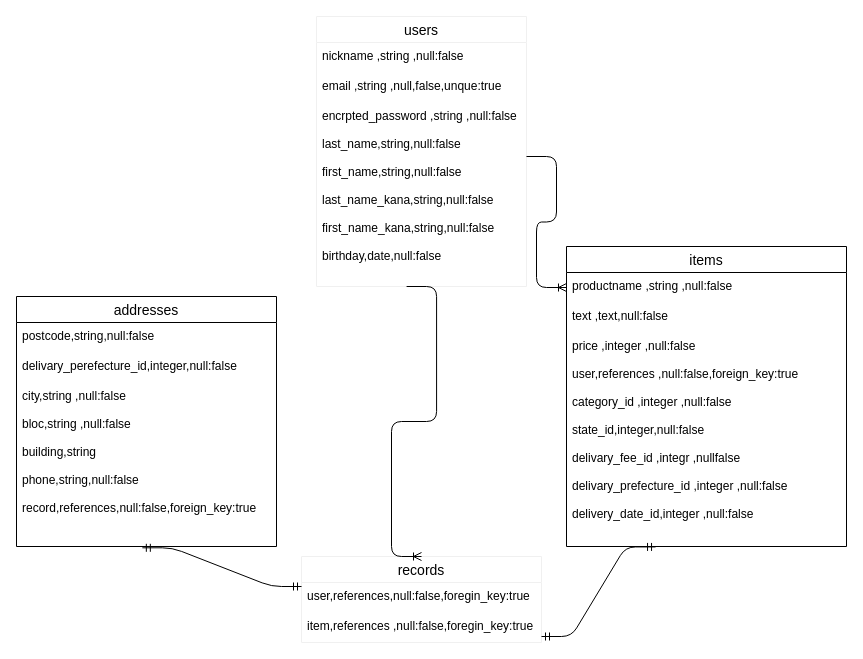
The draw.io diagram app/views/database.dio in takared44/furima-36069, before the edit. Source tidied: cells renumbered, new cells numbered last; positions are measured from the earlier drawing's top-left corner, leaving out a move shared by most shapes. Both pictures are drawn from the tidied source at 100%, with x=0, y=0 at pixel (16, 16).
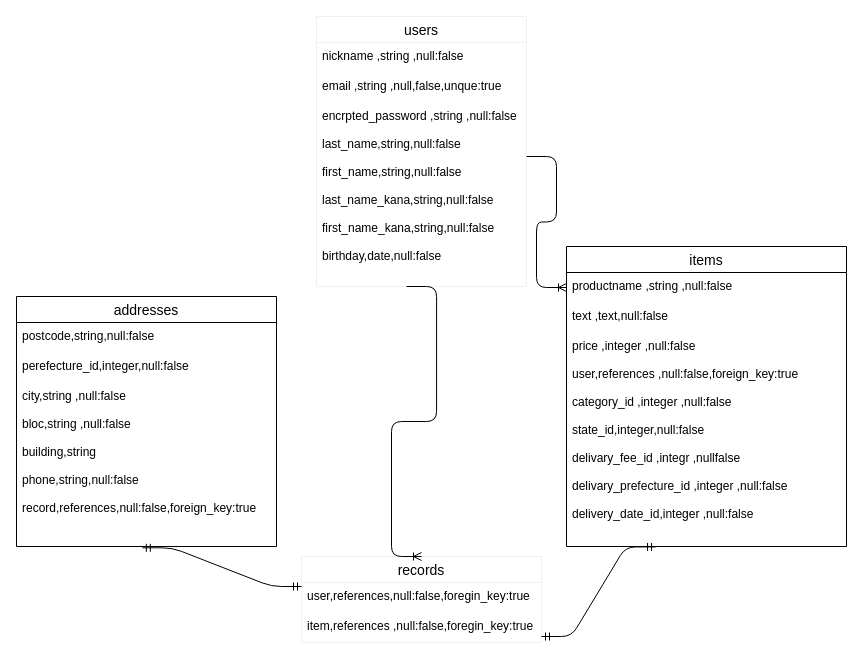
Above is the later version.

Unchanged cells that the change refers to:
```xml
<mxCell id="9" value="addresses" style="swimlane;fontStyle=0;horizontal=1;startSize=26;align=center;fontSize=14;fillColor=none;gradientColor=none;" parent="1" vertex="1">
  <mxGeometry y="280" width="260" height="250" as="geometry" />
</mxCell>
```

What changed in the source:
```diff
@@
-    <mxCell id="11" value="delivary_perefecture_id,integer,null:false" style="text;strokeColor=none;fillColor=none;spacingLeft=4;spacingRight=4;overflow=hidden;fontSize=12;" parent="9" vertex="1">
+    <mxCell id="11" value="perefecture_id,integer,null:false" style="text;strokeColor=none;fillColor=none;spacingLeft=4;spacingRight=4;overflow=hidden;fontSize=12;" parent="9" vertex="1">
       <mxGeometry y="56" width="260" height="30" as="geometry" />
     </mxCell>
```
